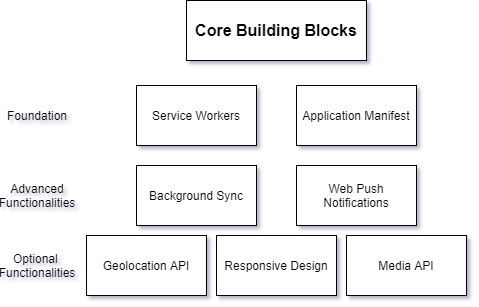
Before: diagrams/M1.png, a diagram exported from draw.io (zishunwei/pwa). Source tidied: cells renumbered, new cells last; positions are measured from the earlier drawing's top-left corner, leaving out a move shared by most shapes.
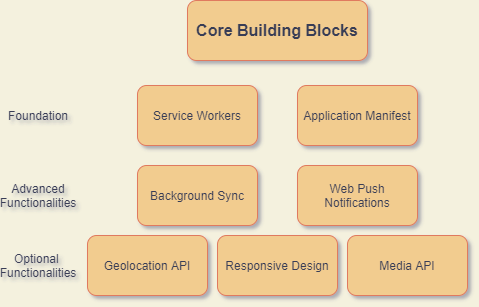
After the commit.

What changed in the source:
```diff
@@ -1,38 +1,38 @@
-<mxGraphModel shadow="1">
+<mxGraphModel background="#F4F1DE" shadow="1">
   <root>
     <mxCell id="0" />
     <mxCell id="1" parent="0" />
-    <mxCell id="2" value="&lt;b&gt;&lt;font style=&quot;font-size: 16px&quot;&gt;Core Building Blocks&lt;/font&gt;&lt;/b&gt;" style="rounded=0;whiteSpace=wrap;html=1;" parent="1" vertex="1">
+    <mxCell id="2" value="&lt;b&gt;&lt;font style=&quot;font-size: 16px&quot;&gt;Core Building Blocks&lt;/font&gt;&lt;/b&gt;" style="whiteSpace=wrap;html=1;fillColor=#F2CC8F;strokeColor=#E07A5F;fontColor=#393C56;rounded=1;" parent="1" vertex="1">
       <mxGeometry x="179" width="180" height="60" as="geometry" />
     </mxCell>
-    <mxCell id="3" value="Service Workers" style="rounded=0;whiteSpace=wrap;html=1;" parent="1" vertex="1">
+    <mxCell id="3" value="Service Workers" style="whiteSpace=wrap;html=1;fillColor=#F2CC8F;strokeColor=#E07A5F;fontColor=#393C56;rounded=1;" parent="1" vertex="1">
       <mxGeometry x="129" y="85" width="120" height="60" as="geometry" />
     </mxCell>
-    <mxCell id="4" value="Application Manifest" style="rounded=0;whiteSpace=wrap;html=1;" parent="1" vertex="1">
+    <mxCell id="4" value="Application Manifest" style="whiteSpace=wrap;html=1;fillColor=#F2CC8F;strokeColor=#E07A5F;fontColor=#393C56;rounded=1;" parent="1" vertex="1">
       <mxGeometry x="289" y="85" width="120" height="60" as="geometry" />
     </mxCell>
-    <mxCell id="5" value="Background Sync" style="rounded=0;whiteSpace=wrap;html=1;" parent="1" vertex="1">
+    <mxCell id="5" value="Background Sync" style="whiteSpace=wrap;html=1;fillColor=#F2CC8F;strokeColor=#E07A5F;fontColor=#393C56;rounded=1;" parent="1" vertex="1">
       <mxGeometry x="129" y="165" width="120" height="60" as="geometry" />
     </mxCell>
-    <mxCell id="6" value="Web Push Notifications" style="rounded=0;whiteSpace=wrap;html=1;" parent="1" vertex="1">
+    <mxCell id="6" value="Web Push Notifications" style="whiteSpace=wrap;html=1;fillColor=#F2CC8F;strokeColor=#E07A5F;fontColor=#393C56;rounded=1;" parent="1" vertex="1">
       <mxGeometry x="289" y="165" width="120" height="60" as="geometry" />
     </mxCell>
-    <mxCell id="7" value="Geolocation API" style="rounded=0;whiteSpace=wrap;html=1;" parent="1" vertex="1">
+    <mxCell id="7" value="Geolocation API" style="whiteSpace=wrap;html=1;fillColor=#F2CC8F;strokeColor=#E07A5F;fontColor=#393C56;rounded=1;" parent="1" vertex="1">
       <mxGeometry x="79" y="235" width="120" height="60" as="geometry" />
     </mxCell>
-    <mxCell id="8" value="Responsive Design" style="rounded=0;whiteSpace=wrap;html=1;" parent="1" vertex="1">
+    <mxCell id="8" value="Responsive Design" style="whiteSpace=wrap;html=1;fillColor=#F2CC8F;strokeColor=#E07A5F;fontColor=#393C56;rounded=1;" parent="1" vertex="1">
       <mxGeometry x="209" y="235" width="120" height="60" as="geometry" />
     </mxCell>
-    <mxCell id="9" value="Media API" style="rounded=0;whiteSpace=wrap;html=1;" parent="1" vertex="1">
+    <mxCell id="9" value="Media API" style="whiteSpace=wrap;html=1;fillColor=#F2CC8F;strokeColor=#E07A5F;fontColor=#393C56;rounded=1;" parent="1" vertex="1">
       <mxGeometry x="339" y="235" width="120" height="60" as="geometry" />
     </mxCell>
-    <mxCell id="10" value="Foundation" style="text;html=1;strokeColor=none;fillColor=none;align=center;verticalAlign=middle;whiteSpace=wrap;rounded=0;" parent="1" vertex="1">
+    <mxCell id="10" value="Foundation" style="text;html=1;strokeColor=none;fillColor=none;align=center;verticalAlign=middle;whiteSpace=wrap;fontColor=#393C56;rounded=1;" parent="1" vertex="1">
       <mxGeometry y="105" width="60" height="20" as="geometry" />
     </mxCell>
-    <mxCell id="11" value="Optional&amp;nbsp;&lt;br&gt;Functionalities&lt;br&gt;" style="text;html=1;strokeColor=none;fillColor=none;align=center;verticalAlign=middle;whiteSpace=wrap;rounded=0;" parent="1" vertex="1">
+    <mxCell id="11" value="Optional&amp;nbsp;&lt;br&gt;Functionalities&lt;br&gt;" style="text;html=1;strokeColor=none;fillColor=none;align=center;verticalAlign=middle;whiteSpace=wrap;fontColor=#393C56;rounded=1;" parent="1" vertex="1">
       <mxGeometry x="10" y="255" width="40" height="20" as="geometry" />
     </mxCell>
-    <mxCell id="12" value="Advanced&lt;br&gt;Functionalities" style="text;html=1;strokeColor=none;fillColor=none;align=center;verticalAlign=middle;whiteSpace=wrap;rounded=0;" parent="1" vertex="1">
+    <mxCell id="12" value="Advanced&lt;br&gt;Functionalities" style="text;html=1;strokeColor=none;fillColor=none;align=center;verticalAlign=middle;whiteSpace=wrap;fontColor=#393C56;rounded=1;" parent="1" vertex="1">
       <mxGeometry x="5" y="185" width="50" height="20" as="geometry" />
     </mxCell>
   </root>
```
